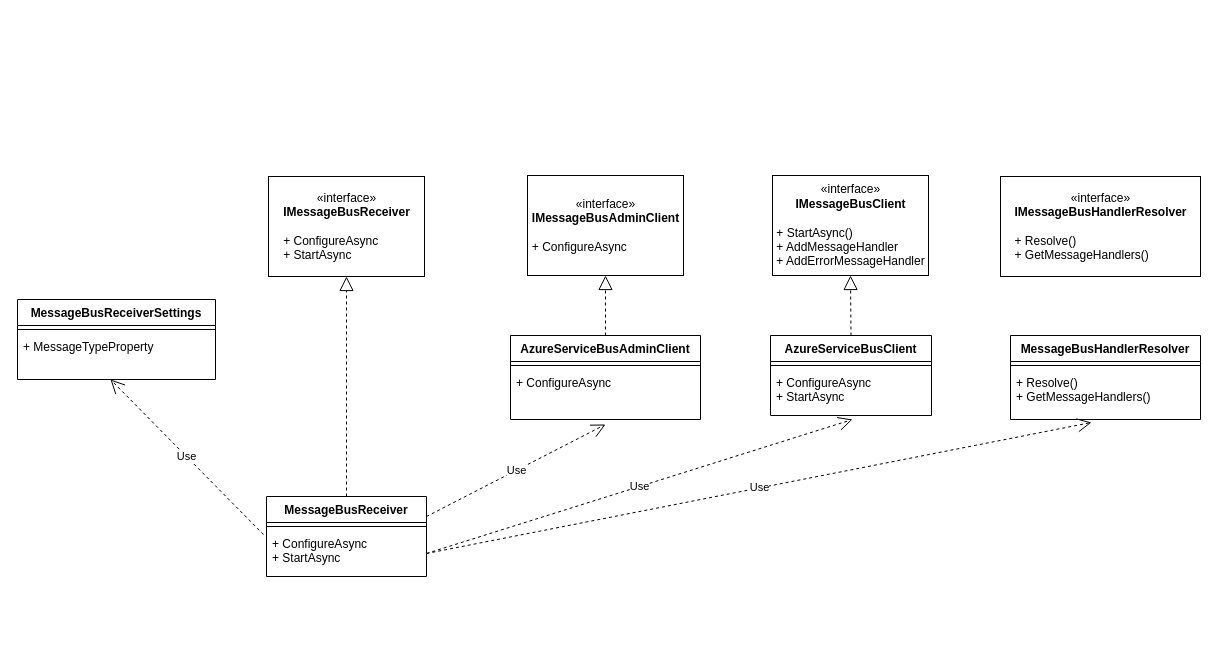
The draw.io diagram Documentation/MessageBusUmlDiagram.drawio in markgossa/MessageBus, before the edit. Source tidied: cells renumbered, new cells numbered last; positions are measured from the earlier drawing's top-left corner, leaving out a move shared by most shapes. Both pictures are drawn from the tidied source at 100%, with x=0, y=0 at pixel (17, 175).
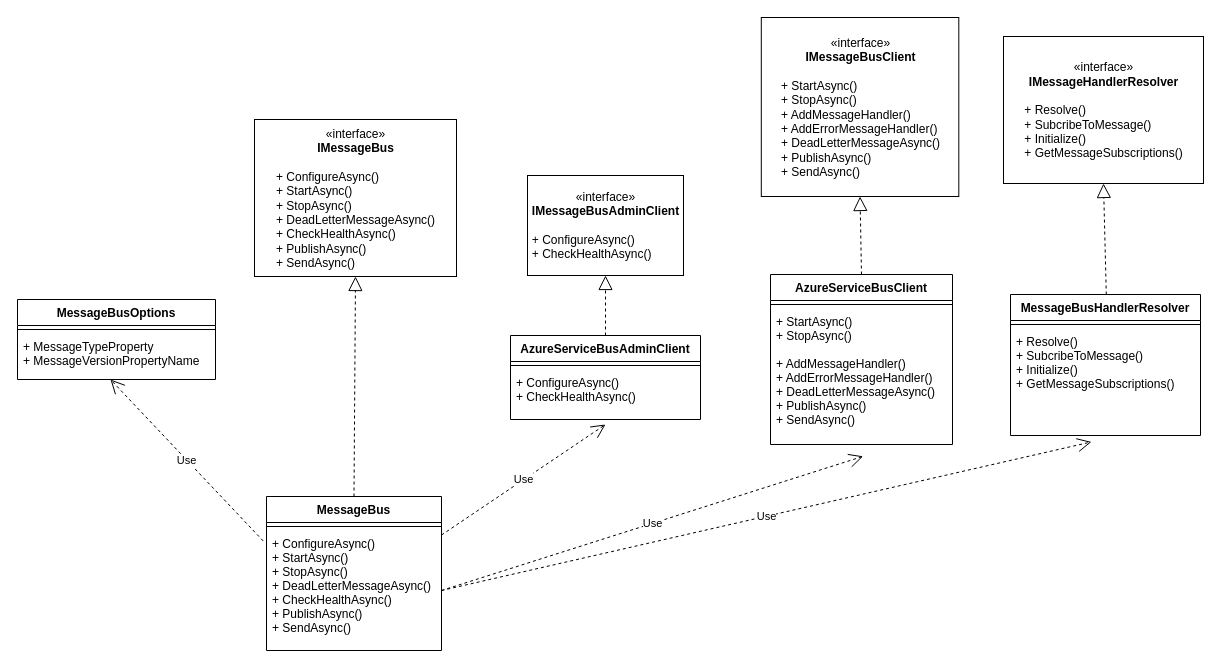
The same page after the edit.

Unchanged cells that the change refers to:
```xml
<mxCell id="11" value="AzureServiceBusAdminClient" style="swimlane;fontStyle=1;align=center;verticalAlign=top;horizontal=1;startSize=26;" parent="1" vertex="1">
  <mxGeometry x="493" y="160" width="190" height="84" as="geometry" />
</mxCell>
```

Diff of the diagram source:
```diff
@@
-    <mxCell id="2" value="MessageBusReceiver" style="swimlane;fontStyle=1;align=center;verticalAlign=top;horizontal=1;startSize=26;" parent="1" vertex="1">
-      <mxGeometry x="249" y="321" width="160" height="80" as="geometry" />
+    <mxCell id="2" value="MessageBus" style="swimlane;fontStyle=1;align=center;verticalAlign=top;horizontal=1;startSize=26;" parent="1" vertex="1">
+      <mxGeometry x="249" y="321" width="175" height="154" as="geometry" />
     </mxCell>
     <mxCell id="3" style="line;strokeWidth=1;fillColor=none;align=left;verticalAlign=middle;spacingTop=-1;spacingLeft=3;spacingRight=3;labelPosition=right;" parent="2" vertex="1">
-      <mxGeometry y="26" width="160" height="8" as="geometry" />
+      <mxGeometry y="26" width="175" height="8" as="geometry" />
     </mxCell>
-    <mxCell id="4" value="+ ConfigureAsync&#10;+ StartAsync" style="text;strokeColor=none;fillColor=none;align=left;verticalAlign=top;spacingLeft=4;spacingRight=4;overflow=hidden;points=[[0,0.5],[1,0.5]];portConstraint=eastwest;" parent="2" vertex="1">
-      <mxGeometry y="34" width="160" height="46" as="geometry" />
+    <mxCell id="4" value="+ ConfigureAsync()&#10;+ StartAsync()&#10;+ StopAsync()&#10;+ DeadLetterMessageAsync()&#10;+ CheckHealthAsync()&#10;+ PublishAsync()&#10;+ SendAsync()" style="text;strokeColor=none;fillColor=none;align=left;verticalAlign=top;spacingLeft=4;spacingRight=4;overflow=hidden;points=[[0,0.5],[1,0.5]];portConstraint=eastwest;" parent="2" vertex="1">
+      <mxGeometry y="34" width="175" height="120" as="geometry" />
     </mxCell>
-    <mxCell id="5" value="«interface»&lt;br&gt;&lt;b&gt;IMessageBusReceiver&lt;/b&gt;&lt;br&gt;&lt;br&gt;&lt;div style=&quot;text-align: left&quot;&gt;+ ConfigureAsync&lt;/div&gt;&lt;div style=&quot;text-align: left&quot;&gt;+ StartAsync&lt;/div&gt;" style="html=1;" parent="1" vertex="1">
-      <mxGeometry x="251" y="1" width="156" height="100" as="geometry" />
+    <mxCell id="5" value="«interface»&lt;br&gt;&lt;b&gt;IMessageBus&lt;/b&gt;&lt;br&gt;&lt;br&gt;&lt;div style=&quot;text-align: left&quot;&gt;+ ConfigureAsync()&lt;/div&gt;&lt;div style=&quot;text-align: left&quot;&gt;+ StartAsync()&lt;/div&gt;&lt;div style=&quot;text-align: left&quot;&gt;+ StopAsync()&lt;/div&gt;&lt;div style=&quot;text-align: left&quot;&gt;+ DeadLetterMessageAsync()&lt;/div&gt;&lt;div style=&quot;text-align: left&quot;&gt;+ CheckHealthAsync()&lt;/div&gt;&lt;div style=&quot;text-align: left&quot;&gt;+ PublishAsync()&lt;/div&gt;&lt;div style=&quot;text-align: left&quot;&gt;+ SendAsync()&lt;/div&gt;" style="html=1;" parent="1" vertex="1">
+      <mxGeometry x="237" y="-56" width="202" height="157" as="geometry" />
     </mxCell>
-    <mxCell id="6" value="«interface»&lt;br&gt;&lt;b&gt;IMessageBusAdminClient&lt;/b&gt;&lt;br&gt;&lt;br&gt;&lt;div style=&quot;text-align: left&quot;&gt;+ ConfigureAsync&lt;/div&gt;" style="html=1;" parent="1" vertex="1">
+    <mxCell id="6" value="«interface»&lt;br&gt;&lt;b&gt;IMessageBusAdminClient&lt;/b&gt;&lt;br&gt;&lt;br&gt;&lt;div style=&quot;text-align: left&quot;&gt;+ ConfigureAsync()&lt;/div&gt;&lt;div style=&quot;text-align: left&quot;&gt;+&amp;nbsp;CheckHealthAsync()&lt;/div&gt;" style="html=1;" parent="1" vertex="1">
       <mxGeometry x="510" width="156" height="100" as="geometry" />
     </mxCell>
-    <mxCell id="7" value="«interface»&lt;br&gt;&lt;b&gt;IMessageBusClient&lt;/b&gt;&lt;br&gt;&lt;div style=&quot;text-align: left&quot;&gt;&lt;br&gt;&lt;/div&gt;&lt;div style=&quot;text-align: left&quot;&gt;&lt;div&gt;+ StartAsync()&lt;/div&gt;&lt;div&gt;+ AddMessageHandler&lt;/div&gt;&lt;div&gt;+ AddErrorMessageHandler&lt;/div&gt;&lt;/div&gt;" style="html=1;" parent="1" vertex="1">
-      <mxGeometry x="755" width="156" height="100" as="geometry" />
+    <mxCell id="7" value="«interface»&lt;br&gt;&lt;b&gt;IMessageBusClient&lt;/b&gt;&lt;br&gt;&lt;div style=&quot;text-align: left&quot;&gt;&lt;br&gt;&lt;/div&gt;&lt;div style=&quot;text-align: left&quot;&gt;&lt;div&gt;+ StartAsync()&lt;/div&gt;&lt;div&gt;+ StopAsync()&lt;br&gt;&lt;/div&gt;&lt;div&gt;+ AddMessageHandler()&lt;/div&gt;&lt;div&gt;+ AddErrorMessageHandler()&lt;/div&gt;&lt;div&gt;+ DeadLetterMessageAsync()&lt;/div&gt;&lt;div&gt;+ PublishAsync()&lt;/div&gt;&lt;div&gt;+ SendAsync()&lt;/div&gt;&lt;/div&gt;" style="html=1;" parent="1" vertex="1">
+      <mxGeometry x="743.8" y="-158" width="197.5" height="179" as="geometry" />
     </mxCell>
     <mxCell id="8" value="AzureServiceBusClient" style="swimlane;fontStyle=1;align=center;verticalAlign=top;horizontal=1;startSize=26;" parent="1" vertex="1">
-      <mxGeometry x="753" y="160" width="161" height="80" as="geometry" />
+      <mxGeometry x="753" y="99" width="182" height="170" as="geometry" />
     </mxCell>
     <mxCell id="9" style="line;strokeWidth=1;fillColor=none;align=left;verticalAlign=middle;spacingTop=-1;spacingLeft=3;spacingRight=3;labelPosition=right;" parent="8" vertex="1">
-      <mxGeometry y="26" width="161" height="8" as="geometry" />
+      <mxGeometry y="26" width="182" height="8" as="geometry" />
     </mxCell>
-    <mxCell id="10" value="+ ConfigureAsync&#10;+ StartAsync" style="text;strokeColor=none;fillColor=none;align=left;verticalAlign=top;spacingLeft=4;spacingRight=4;overflow=hidden;points=[[0,0.5],[1,0.5]];portConstraint=eastwest;" parent="8" vertex="1">
-      <mxGeometry y="34" width="161" height="46" as="geometry" />
+    <mxCell id="10" value="+ StartAsync()&#10;+ StopAsync()&#10;&#10;+ AddMessageHandler()&#10;+ AddErrorMessageHandler()&#10;+ DeadLetterMessageAsync()&#10;+ PublishAsync()&#10;+ SendAsync()" style="text;strokeColor=none;fillColor=none;align=left;verticalAlign=top;spacingLeft=4;spacingRight=4;overflow=hidden;points=[[0,0.5],[1,0.5]];portConstraint=eastwest;" parent="8" vertex="1">
+      <mxGeometry y="34" width="182" height="136" as="geometry" />
     </mxCell>
@@
-    <mxCell id="13" value="+ ConfigureAsync" style="text;strokeColor=none;fillColor=none;align=left;verticalAlign=top;spacingLeft=4;spacingRight=4;overflow=hidden;points=[[0,0.5],[1,0.5]];portConstraint=eastwest;" parent="11" vertex="1">
+    <mxCell id="13" value="+ ConfigureAsync()&#10;+ CheckHealthAsync()" style="text;strokeColor=none;fillColor=none;align=left;verticalAlign=top;spacingLeft=4;spacingRight=4;overflow=hidden;points=[[0,0.5],[1,0.5]];portConstraint=eastwest;" parent="11" vertex="1">
       <mxGeometry y="34" width="190" height="50" as="geometry" />
     </mxCell>
@@
-    <mxCell id="16" style="endArrow=block;dashed=1;endFill=0;endSize=12;html=1;exitX=0.5;exitY=0;exitDx=0;exitDy=0;entryX=0.5;entryY=1;entryDx=0;entryDy=0;" parent="1" edge="1" source="2">
-      <mxGeometry relative="1" as="geometry">
-        <mxPoint x="329" y="101" as="targetPoint" />
-      </mxGeometry>
+    <mxCell id="16" style="endArrow=block;dashed=1;endFill=0;endSize=12;html=1;exitX=0.5;exitY=0;exitDx=0;exitDy=0;entryX=0.5;entryY=1;entryDx=0;entryDy=0;" parent="1" edge="1" source="2" target="5">
+      <mxGeometry relative="1" as="geometry" />
     </mxCell>
@@
-    <mxCell id="20" value="«interface»&lt;br&gt;&lt;b&gt;IMessageBusHandlerResolver&lt;/b&gt;&lt;br&gt;&lt;br&gt;&lt;div style=&quot;text-align: left&quot;&gt;+ Resolve()&lt;/div&gt;&lt;div style=&quot;text-align: left&quot;&gt;+ GetMessageHandlers()&lt;/div&gt;" style="html=1;" parent="1" vertex="1">
-      <mxGeometry x="983" y="1" width="200" height="100" as="geometry" />
+    <mxCell id="20" value="«interface»&lt;br&gt;&lt;b&gt;IMessageHandlerResolver&lt;/b&gt;&lt;br&gt;&lt;br&gt;&lt;div style=&quot;text-align: left&quot;&gt;+ Resolve()&lt;/div&gt;&lt;div style=&quot;text-align: left&quot;&gt;+&amp;nbsp;SubcribeToMessage()&lt;/div&gt;&lt;div style=&quot;text-align: left&quot;&gt;+ Initialize()&lt;/div&gt;&lt;div style=&quot;text-align: left&quot;&gt;+ GetMessageSubscriptions()&lt;/div&gt;" style="html=1;" parent="1" vertex="1">
+      <mxGeometry x="986" y="-139" width="200" height="147" as="geometry" />
     </mxCell>
     <mxCell id="21" value="MessageBusHandlerResolver" style="swimlane;fontStyle=1;align=center;verticalAlign=top;horizontal=1;startSize=26;" parent="1" vertex="1">
-      <mxGeometry x="993" y="160" width="190" height="84" as="geometry" />
+      <mxGeometry x="993" y="119" width="190" height="141" as="geometry" />
     </mxCell>
@@
-    <mxCell id="23" value="+ Resolve()&#10;+ GetMessageHandlers()" style="text;strokeColor=none;fillColor=none;align=left;verticalAlign=top;spacingLeft=4;spacingRight=4;overflow=hidden;points=[[0,0.5],[1,0.5]];portConstraint=eastwest;" parent="21" vertex="1">
-      <mxGeometry y="34" width="190" height="50" as="geometry" />
+    <mxCell id="23" value="+ Resolve()&#10;+ SubcribeToMessage()&#10;+ Initialize()&#10;+ GetMessageSubscriptions()" style="text;strokeColor=none;fillColor=none;align=left;verticalAlign=top;spacingLeft=4;spacingRight=4;overflow=hidden;points=[[0,0.5],[1,0.5]];portConstraint=eastwest;" parent="21" vertex="1">
+      <mxGeometry y="34" width="190" height="107" as="geometry" />
     </mxCell>
@@
-    <mxCell id="25" value="MessageBusReceiverSettings" style="swimlane;fontStyle=1;align=center;verticalAlign=top;horizontal=1;startSize=26;" parent="1" vertex="1">
+    <mxCell id="25" value="MessageBusOptions" style="swimlane;fontStyle=1;align=center;verticalAlign=top;horizontal=1;startSize=26;" parent="1" vertex="1">
       <mxGeometry y="124" width="198" height="80" as="geometry" />
     </mxCell>
@@
-    <mxCell id="27" value="+ MessageTypeProperty" style="text;strokeColor=none;fillColor=none;align=left;verticalAlign=top;spacingLeft=4;spacingRight=4;overflow=hidden;" parent="25" vertex="1">
+    <mxCell id="27" value="+ MessageTypeProperty&#10;+ MessageVersionPropertyName" style="text;strokeColor=none;fillColor=none;align=left;verticalAlign=top;spacingLeft=4;spacingRight=4;overflow=hidden;" parent="25" vertex="1">
       <mxGeometry y="34" width="198" height="46" as="geometry" />
     </mxCell>
+    <mxCell id="28" style="endArrow=block;dashed=1;endFill=0;endSize=12;html=1;exitX=0.5;exitY=0;exitDx=0;exitDy=0;entryX=0.5;entryY=1;entryDx=0;entryDy=0;" parent="1" edge="1" target="20">
+      <mxGeometry relative="1" as="geometry">
+        <mxPoint x="1088.8" y="119" as="sourcePoint" />
+      </mxGeometry>
+    </mxCell>
```
